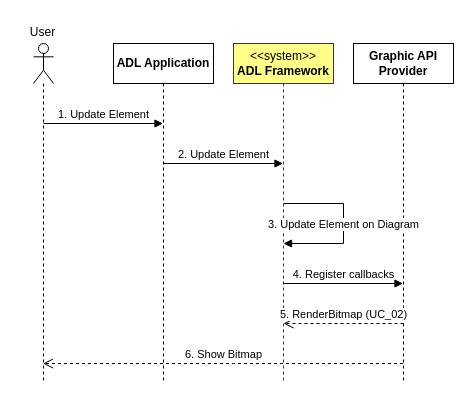
Above: drawio/RemoveElement.drawio in phunm211/SW-Associate-Architecture (draw.io), before the change. Source tidied: cells renumbered, new cells numbered last; positions are measured from the earlier drawing's top-left corner, leaving out a move shared by most shapes. Both pictures are drawn from the tidied source at 100%, with x=0, y=0 at pixel (17, 17).
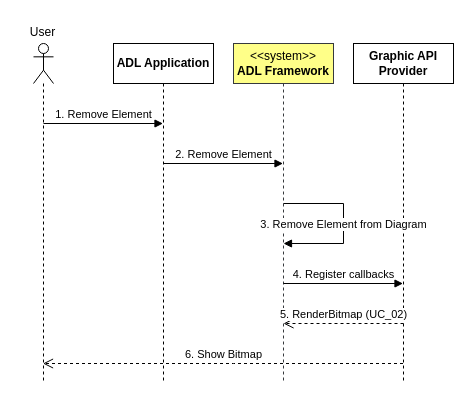
The same page after the edit.

Change to the diagram source:
```diff
@@
 <mxGraphModel>
   <root>
     <mxCell id="0" />
     <mxCell id="1" parent="0" />
     <mxCell id="2" style="shape=umlLifeline;perimeter=lifelinePerimeter;whiteSpace=wrap;html=1;outlineConnect=0;portConstraint=eastwest;newEdgeStyle={&quot;curved&quot;:0,&quot;rounded&quot;:0};participant=umlActor;" parent="1" vertex="1">
       <mxGeometry x="16" y="26" width="20" height="340" as="geometry" />
     </mxCell>
     <mxCell id="3" value="ADL Application" style="shape=umlLifeline;perimeter=lifelinePerimeter;whiteSpace=wrap;html=1;outlineConnect=0;portConstraint=eastwest;newEdgeStyle={&quot;curved&quot;:0,&quot;rounded&quot;:0};fontStyle=1;" parent="1" vertex="1">
       <mxGeometry x="96" y="26" width="100" height="340" as="geometry" />
     </mxCell>
     <mxCell id="4" value="&amp;lt;&amp;lt;system&amp;gt;&amp;gt;&lt;br&gt;&lt;b&gt;ADL Framework&lt;/b&gt;" style="shape=umlLifeline;perimeter=lifelinePerimeter;whiteSpace=wrap;html=1;outlineConnect=0;portConstraint=eastwest;newEdgeStyle={&quot;curved&quot;:0,&quot;rounded&quot;:0};fillColor=#ffff88;strokeColor=#36393d;" parent="1" vertex="1">
       <mxGeometry x="216" y="26" width="100" height="340" as="geometry" />
     </mxCell>
     <mxCell id="5" value="&lt;b&gt;Graphic API Provider&lt;/b&gt;" style="shape=umlLifeline;perimeter=lifelinePerimeter;whiteSpace=wrap;html=1;outlineConnect=0;portConstraint=eastwest;newEdgeStyle={&quot;curved&quot;:0,&quot;rounded&quot;:0};" parent="1" vertex="1">
       <mxGeometry x="336" y="26" width="100" height="340" as="geometry" />
     </mxCell>
     <mxCell id="6" value="User" style="text;html=1;align=center;verticalAlign=middle;strokeColor=none;fillColor=none;" parent="1" vertex="1">
       <mxGeometry width="50" height="30" as="geometry" />
     </mxCell>
-    <mxCell id="7" value="1. Update Element" style="html=1;verticalAlign=bottom;endArrow=block;curved=0;rounded=0;" parent="1" edge="1" target="3">
+    <mxCell id="7" value="1. Remove Element" style="html=1;verticalAlign=bottom;endArrow=block;curved=0;rounded=0;" parent="1" edge="1" target="3">
       <mxGeometry relative="1" as="geometry">
         <mxPoint x="26" y="106" as="sourcePoint" />
       </mxGeometry>
     </mxCell>
-    <mxCell id="8" value="2. Update Element" style="html=1;verticalAlign=bottom;endArrow=block;curved=0;rounded=0;" parent="1" edge="1" target="4">
+    <mxCell id="8" value="2. Remove Element" style="html=1;verticalAlign=bottom;endArrow=block;curved=0;rounded=0;" parent="1" edge="1" target="4">
       <mxGeometry relative="1" as="geometry">
         <mxPoint x="146" y="146" as="sourcePoint" />
       </mxGeometry>
     </mxCell>
-    <mxCell id="9" value="3. Update Element on Diagram" style="html=1;verticalAlign=bottom;endArrow=block;rounded=0;edgeStyle=elbowEdgeStyle;" parent="1" edge="1">
+    <mxCell id="9" value="3. Remove Element from Diagram" style="html=1;verticalAlign=bottom;endArrow=block;rounded=0;edgeStyle=elbowEdgeStyle;" parent="1" edge="1">
       <mxGeometry x="0.12" relative="1" as="geometry">
         <mxPoint x="266" y="186" as="sourcePoint" />
         <mxPoint x="266" y="226" as="targetPoint" />
         <Array as="points">
           <mxPoint x="326" y="206" />
         </Array>
       </mxGeometry>
     </mxCell>
     <mxCell id="10" value="4. Register callbacks" style="html=1;verticalAlign=bottom;endArrow=block;curved=0;rounded=0;" parent="1" edge="1" target="5">
       <mxGeometry relative="1" as="geometry">
         <mxPoint x="266" y="266" as="sourcePoint" />
       </mxGeometry>
     </mxCell>
     <mxCell id="11" value="5. RenderBitmap (UC_02)" style="html=1;verticalAlign=bottom;endArrow=open;dashed=1;endSize=8;curved=0;rounded=0;" parent="1" edge="1">
       <mxGeometry relative="1" as="geometry">
         <mxPoint x="386" y="306" as="sourcePoint" />
         <mxPoint x="266" y="306" as="targetPoint" />
       </mxGeometry>
     </mxCell>
     <mxCell id="12" value="6. Show Bitmap" style="html=1;verticalAlign=bottom;endArrow=open;dashed=1;endSize=8;curved=0;rounded=0;" parent="1" edge="1" source="5" target="2">
       <mxGeometry relative="1" as="geometry">
         <Array as="points">
           <mxPoint x="216" y="346" />
         </Array>
       </mxGeometry>
     </mxCell>
   </root>
 </mxGraphModel>
```
